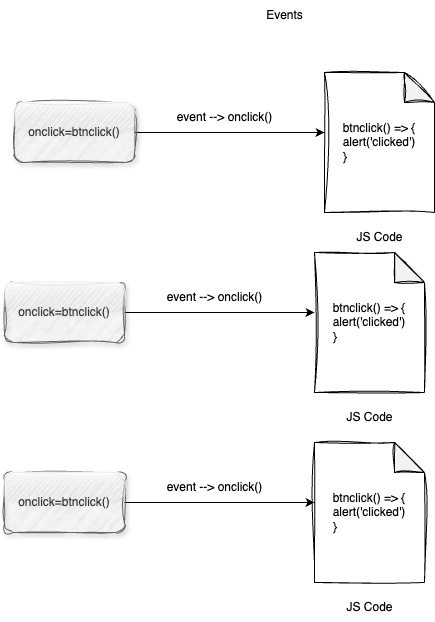
Before: Javascript/Day2/js.drawio.png, a diagram exported from draw.io (aryan1403/Playwright_UST). Source tidied: cells renumbered, new cells last; positions are measured from the earlier drawing's top-left corner, leaving out a move shared by most shapes.
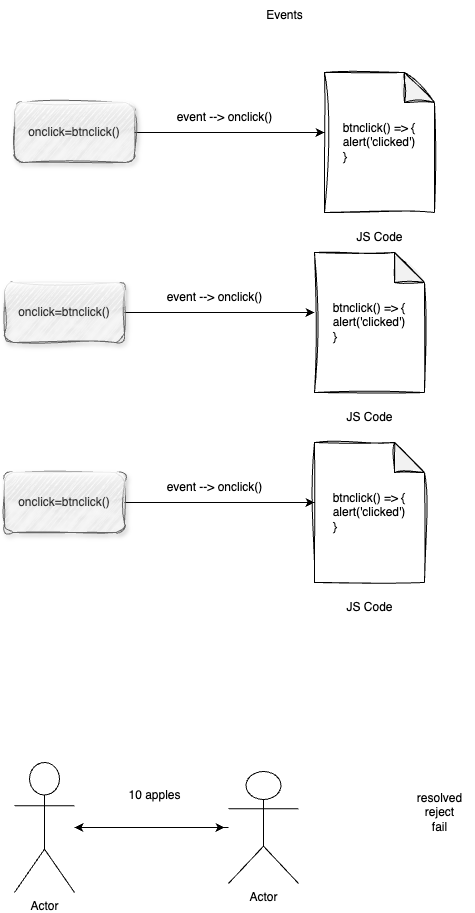
The same file after the commit.

The edit, as a diff of the source:
```diff
@@ -56,5 +56,25 @@
     <mxCell id="17" value="JS Code" style="text;html=1;align=center;verticalAlign=middle;strokeColor=none;fillColor=none;" parent="1" vertex="1">
       <mxGeometry x="330" y="592" width="70" height="30" as="geometry" />
     </mxCell>
+    <mxCell id="18" style="edgeStyle=orthogonalEdgeStyle;rounded=0;jettySize=auto;html=1;" parent="1" edge="1" source="19">
+      <mxGeometry relative="1" as="geometry">
+        <mxPoint x="220" y="827" as="targetPoint" />
+      </mxGeometry>
+    </mxCell>
+    <mxCell id="19" value="Actor" style="shape=umlActor;verticalLabelPosition=bottom;verticalAlign=top;html=1;outlineConnect=0;" parent="1" vertex="1">
+      <mxGeometry x="10" y="762" width="60" height="130" as="geometry" />
+    </mxCell>
+    <mxCell id="20" value="10 apples" style="text;html=1;align=center;verticalAlign=middle;strokeColor=none;fillColor=none;" parent="1" vertex="1">
+      <mxGeometry x="110" y="780" width="80" height="30" as="geometry" />
+    </mxCell>
+    <mxCell id="21" style="edgeStyle=orthogonalEdgeStyle;rounded=0;jettySize=auto;html=1;" parent="1" edge="1" source="22" target="19">
+      <mxGeometry relative="1" as="geometry" />
+    </mxCell>
+    <mxCell id="22" value="Actor" style="shape=umlActor;verticalLabelPosition=bottom;verticalAlign=top;html=1;outlineConnect=0;" parent="1" vertex="1">
+      <mxGeometry x="224" y="771" width="70" height="112" as="geometry" />
+    </mxCell>
+    <mxCell id="23" value="resolved&lt;div&gt;reject&lt;/div&gt;&lt;div&gt;fail&lt;/div&gt;" style="text;html=1;align=center;verticalAlign=middle;strokeColor=none;fillColor=none;" parent="1" vertex="1">
+      <mxGeometry x="400" y="782" width="70" height="60" as="geometry" />
+    </mxCell>
   </root>
 </mxGraphModel>
```
